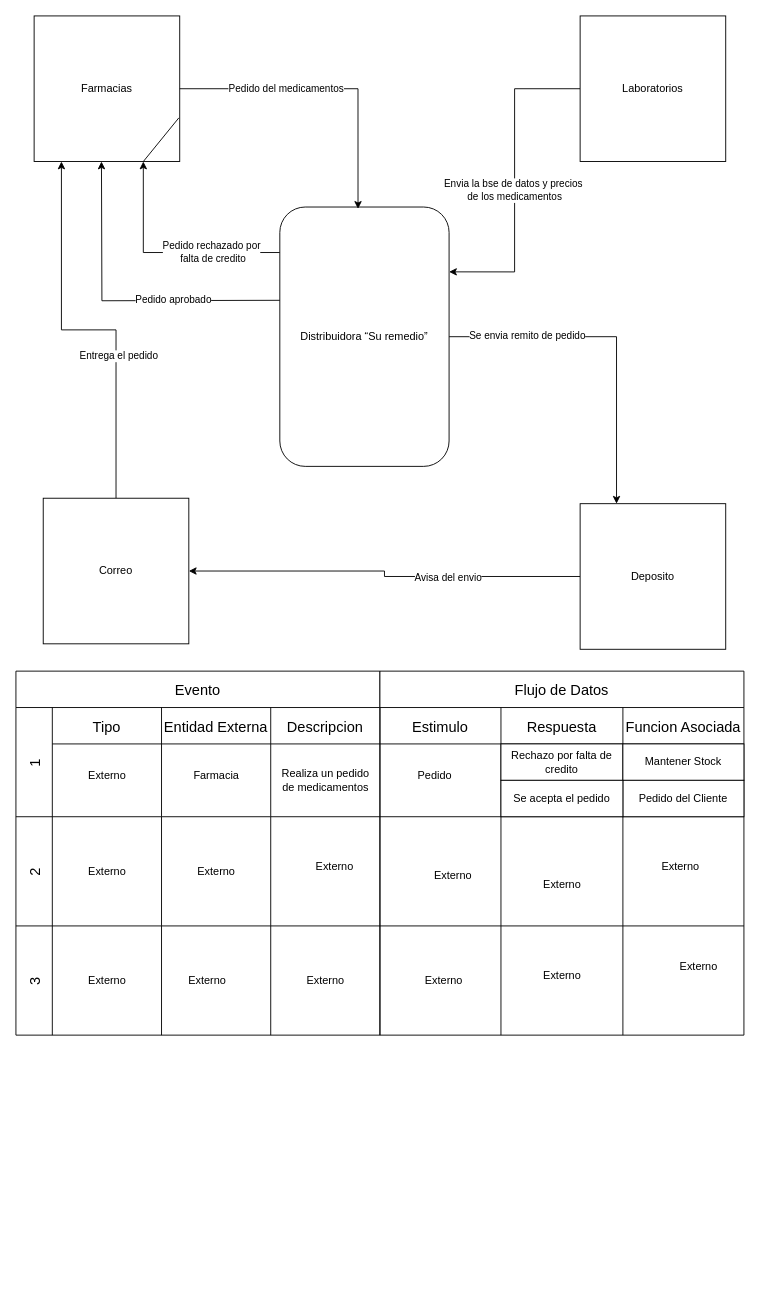
The draw.io diagram Diagrama sin título.drawio in LucasDiBs/DFD, before the edit. Source tidied: cells renumbered, new cells numbered last; positions are measured from the earlier drawing's top-left corner, leaving out a move shared by most shapes. Both pictures are drawn from the tidied source at 91%, with x=0, y=0 at pixel (15, 15).
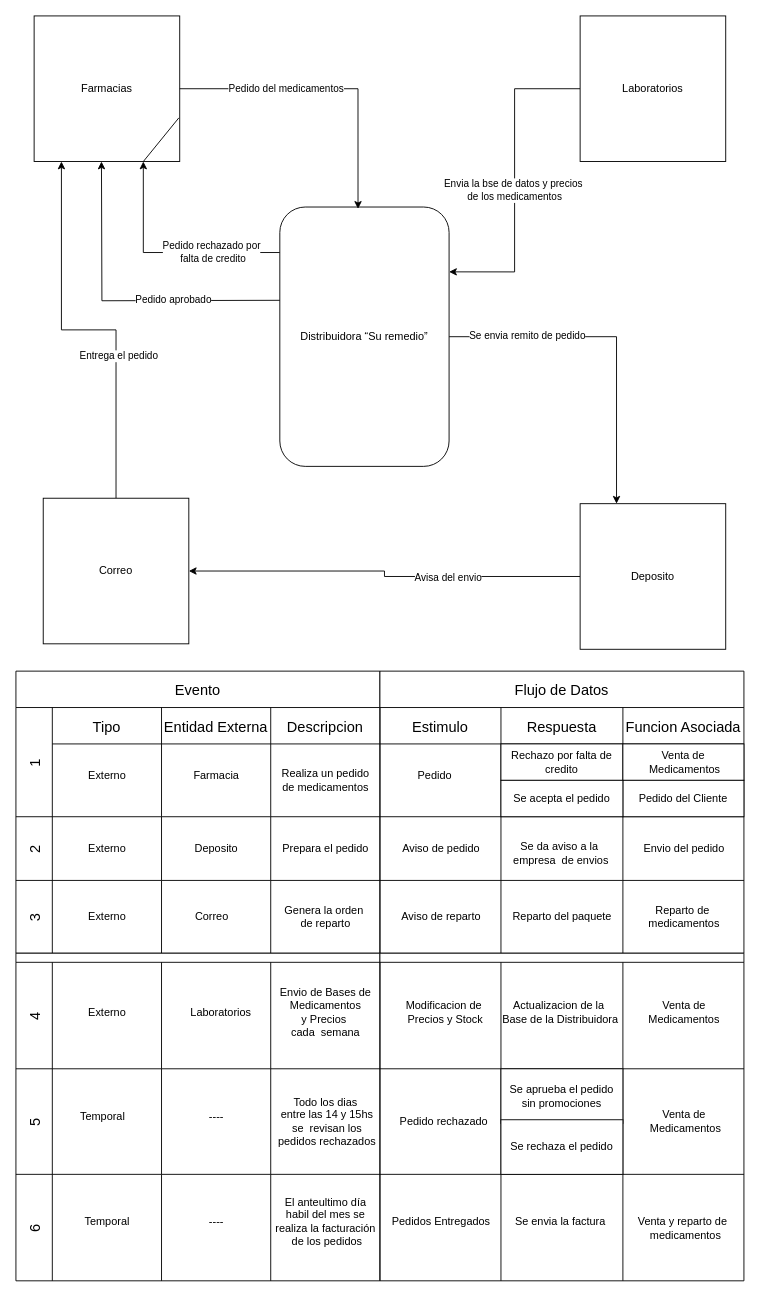
The same diagram, later.

The change refers to these unchanged cells:
```xml
<mxCell id="51" value="Funcion Asociada" style="swimlane;swimlaneHead=0;swimlaneBody=0;fontStyle=0;strokeColor=inherit;fillColor=none;startSize=40;fontSize=16;" parent="46" vertex="1">
  <mxGeometry x="267" width="133" height="120" as="geometry" />
</mxCell>
```

The edit, as a diff of the source:
```diff
@@
     <mxCell id="23" value="Evento" style="shape=table;childLayout=tableLayout;startSize=40;fontSize=16;" parent="1" vertex="1">
-      <mxGeometry y="720" width="400" height="400" as="geometry" />
+      <mxGeometry y="720" width="400" height="310" as="geometry" />
     </mxCell>
@@
     <mxCell id="31" value="2" style="shape=tableRow;horizontal=0;swimlaneHead=0;swimlaneBody=0;top=0;left=0;strokeColor=inherit;bottom=0;right=0;fontStyle=0;fillColor=none;startSize=40;fontSize=16;" parent="23" vertex="1">
-      <mxGeometry y="160" width="400" height="120" as="geometry" />
+      <mxGeometry y="160" width="400" height="70" as="geometry" />
     </mxCell>
     <mxCell id="32" style="swimlane;swimlaneHead=0;swimlaneBody=0;fontStyle=0;strokeColor=inherit;fillColor=none;startSize=0;fontSize=16;" parent="31" vertex="1">
-      <mxGeometry x="40" width="120" height="120" as="geometry" />
+      <mxGeometry x="40" width="120" height="70" as="geometry" />
     </mxCell>
     <mxCell id="33" value="Externo" style="text;html=1;align=center;verticalAlign=middle;strokeColor=none;fillColor=none;" parent="32" vertex="1">
-      <mxGeometry x="30" y="45" width="60" height="30" as="geometry" />
+      <mxGeometry x="30" y="20" width="60" height="30" as="geometry" />
     </mxCell>
     <mxCell id="34" style="swimlane;swimlaneHead=0;swimlaneBody=0;fontStyle=0;strokeColor=inherit;fillColor=none;startSize=0;fontSize=16;" parent="31" vertex="1">
-      <mxGeometry x="160" width="120" height="120" as="geometry" />
+      <mxGeometry x="160" width="120" height="70" as="geometry" />
     </mxCell>
-    <mxCell id="35" value="Externo" style="text;html=1;align=center;verticalAlign=middle;strokeColor=none;fillColor=none;" parent="34" vertex="1">
-      <mxGeometry x="30" y="45" width="60" height="30" as="geometry" />
+    <mxCell id="35" value="Deposito" style="text;html=1;align=center;verticalAlign=middle;strokeColor=none;fillColor=none;" parent="34" vertex="1">
+      <mxGeometry x="25" y="20" width="70" height="30" as="geometry" />
     </mxCell>
     <mxCell id="36" style="swimlane;swimlaneHead=0;swimlaneBody=0;fontStyle=0;strokeColor=inherit;fillColor=none;startSize=0;fontSize=16;" parent="31" vertex="1">
-      <mxGeometry x="280" width="120" height="120" as="geometry" />
+      <mxGeometry x="280" width="120" height="70" as="geometry" />
     </mxCell>
-    <mxCell id="37" value="Externo" style="text;html=1;align=center;verticalAlign=middle;strokeColor=none;fillColor=none;" parent="36" vertex="1">
-      <mxGeometry x="40" y="40" width="60" height="30" as="geometry" />
+    <mxCell id="37" value="Prepara el pedido" style="text;html=1;align=center;verticalAlign=middle;strokeColor=none;fillColor=none;" parent="36" vertex="1">
+      <mxGeometry y="20" width="120" height="30" as="geometry" />
     </mxCell>
     <mxCell id="38" value="3" style="shape=tableRow;horizontal=0;swimlaneHead=0;swimlaneBody=0;top=0;left=0;strokeColor=inherit;bottom=0;right=0;fontStyle=0;fillColor=none;startSize=40;fontSize=16;" parent="23" vertex="1">
-      <mxGeometry y="280" width="400" height="120" as="geometry" />
+      <mxGeometry y="230" width="400" height="80" as="geometry" />
     </mxCell>
     <mxCell id="39" style="swimlane;swimlaneHead=0;swimlaneBody=0;fontStyle=0;strokeColor=inherit;fillColor=none;startSize=0;fontSize=16;" parent="38" vertex="1">
-      <mxGeometry x="40" width="120" height="120" as="geometry" />
+      <mxGeometry x="40" width="120" height="80" as="geometry" />
     </mxCell>
     <mxCell id="40" value="Externo" style="text;html=1;align=center;verticalAlign=middle;strokeColor=none;fillColor=none;" parent="39" vertex="1">
-      <mxGeometry x="30" y="45" width="60" height="30" as="geometry" />
+      <mxGeometry x="30" y="25" width="60" height="30" as="geometry" />
     </mxCell>
     <mxCell id="41" style="swimlane;swimlaneHead=0;swimlaneBody=0;fontStyle=0;strokeColor=inherit;fillColor=none;startSize=0;fontSize=16;" parent="38" vertex="1">
-      <mxGeometry x="160" width="120" height="120" as="geometry" />
+      <mxGeometry x="160" width="120" height="80" as="geometry" />
     </mxCell>
-    <mxCell id="42" value="Externo" style="text;html=1;align=center;verticalAlign=middle;strokeColor=none;fillColor=none;" parent="41" vertex="1">
-      <mxGeometry x="20" y="45" width="60" height="30" as="geometry" />
+    <mxCell id="42" value="Correo" style="text;html=1;align=center;verticalAlign=middle;strokeColor=none;fillColor=none;" parent="41" vertex="1">
+      <mxGeometry x="25" y="25" width="60" height="30" as="geometry" />
     </mxCell>
     <mxCell id="43" style="swimlane;swimlaneHead=0;swimlaneBody=0;fontStyle=0;strokeColor=inherit;fillColor=none;startSize=0;fontSize=16;" parent="38" vertex="1">
-      <mxGeometry x="280" width="120" height="120" as="geometry" />
+      <mxGeometry x="280" width="120" height="80" as="geometry" />
     </mxCell>
-    <mxCell id="44" value="Externo" style="text;html=1;align=center;verticalAlign=middle;strokeColor=none;fillColor=none;" parent="43" vertex="1">
-      <mxGeometry x="30" y="45" width="60" height="30" as="geometry" />
+    <mxCell id="44" value="Genera la orden&amp;nbsp;&lt;div&gt;de reparto&lt;/div&gt;" style="text;html=1;align=center;verticalAlign=middle;strokeColor=none;fillColor=none;" parent="43" vertex="1">
+      <mxGeometry x="5" y="20" width="110" height="40" as="geometry" />
     </mxCell>
     <mxCell id="45" value="Flujo de Datos" style="shape=table;childLayout=tableLayout;startSize=40;fontSize=16;" parent="1" vertex="1">
-      <mxGeometry x="400" y="720" width="400" height="400" as="geometry" />
+      <mxGeometry x="400" y="720" width="400" height="310" as="geometry" />
     </mxCell>
@@
-    <mxCell id="52" value="Mantener Stock" style="whiteSpace=wrap;html=1;" parent="51" vertex="1">
+    <mxCell id="52" value="Venta de&lt;div&gt;&amp;nbsp;Medicamentos&lt;/div&gt;" style="whiteSpace=wrap;html=1;" parent="51" vertex="1">
       <mxGeometry y="40" width="133" height="40" as="geometry" />
     </mxCell>
@@
     <mxCell id="54" style="shape=tableRow;horizontal=0;swimlaneHead=0;swimlaneBody=0;top=0;left=0;strokeColor=inherit;bottom=0;right=0;fontStyle=0;fillColor=none;startSize=0;fontSize=16;" parent="45" vertex="1">
-      <mxGeometry y="160" width="400" height="120" as="geometry" />
+      <mxGeometry y="160" width="400" height="70" as="geometry" />
     </mxCell>
     <mxCell id="55" style="swimlane;swimlaneHead=0;swimlaneBody=0;fontStyle=0;strokeColor=inherit;fillColor=none;startSize=0;fontSize=16;" parent="54" vertex="1">
-      <mxGeometry width="133" height="120" as="geometry" />
+      <mxGeometry width="133" height="70" as="geometry" />
     </mxCell>
-    <mxCell id="56" value="Externo" style="text;html=1;align=center;verticalAlign=middle;strokeColor=none;fillColor=none;" parent="55" vertex="1">
-      <mxGeometry x="50" y="50" width="60" height="30" as="geometry" />
+    <mxCell id="56" value="Aviso de pedido" style="text;html=1;align=center;verticalAlign=middle;strokeColor=none;fillColor=none;" parent="55" vertex="1">
+      <mxGeometry x="11.5" y="20" width="110" height="30" as="geometry" />
     </mxCell>
     <mxCell id="57" style="swimlane;swimlaneHead=0;swimlaneBody=0;fontStyle=0;strokeColor=inherit;fillColor=none;startSize=0;fontSize=16;" parent="54" vertex="1">
-      <mxGeometry x="133" width="134" height="120" as="geometry" />
+      <mxGeometry x="133" width="134" height="70" as="geometry" />
     </mxCell>
-    <mxCell id="58" value="Externo" style="text;html=1;align=center;verticalAlign=middle;strokeColor=none;fillColor=none;" parent="57" vertex="1">
-      <mxGeometry x="37" y="60" width="60" height="30" as="geometry" />
+    <mxCell id="58" value="Se da aviso a la&lt;div&gt;&amp;nbsp;empresa&amp;nbsp;&lt;span style=&quot;background-color: initial;&quot;&gt;&amp;nbsp;de envios&lt;/span&gt;&lt;/div&gt;" style="text;html=1;align=center;verticalAlign=middle;strokeColor=none;fillColor=none;" parent="57" vertex="1">
+      <mxGeometry x="-1.5" y="20" width="130" height="40" as="geometry" />
     </mxCell>
     <mxCell id="59" style="swimlane;swimlaneHead=0;swimlaneBody=0;fontStyle=0;strokeColor=inherit;fillColor=none;startSize=0;fontSize=16;" parent="54" vertex="1">
-      <mxGeometry x="267" width="133" height="120" as="geometry" />
+      <mxGeometry x="267" width="133" height="70" as="geometry" />
     </mxCell>
-    <mxCell id="60" value="Externo" style="text;html=1;align=center;verticalAlign=middle;strokeColor=none;fillColor=none;" parent="59" vertex="1">
-      <mxGeometry x="33" y="40" width="60" height="30" as="geometry" />
+    <mxCell id="60" value="Envio del pedido" style="text;html=1;align=center;verticalAlign=middle;strokeColor=none;fillColor=none;" parent="59" vertex="1">
+      <mxGeometry x="11.5" y="20" width="110" height="30" as="geometry" />
     </mxCell>
     <mxCell id="61" style="shape=tableRow;horizontal=0;swimlaneHead=0;swimlaneBody=0;top=0;left=0;strokeColor=inherit;bottom=0;right=0;fontStyle=0;fillColor=none;startSize=0;fontSize=16;" parent="45" vertex="1">
-      <mxGeometry y="280" width="400" height="120" as="geometry" />
+      <mxGeometry y="230" width="400" height="80" as="geometry" />
     </mxCell>
     <mxCell id="62" style="swimlane;swimlaneHead=0;swimlaneBody=0;fontStyle=0;strokeColor=inherit;fillColor=none;startSize=0;fontSize=16;" parent="61" vertex="1">
-      <mxGeometry width="133" height="120" as="geometry" />
+      <mxGeometry width="133" height="80" as="geometry" />
     </mxCell>
-    <mxCell id="63" value="Externo" style="text;html=1;align=center;verticalAlign=middle;strokeColor=none;fillColor=none;" parent="62" vertex="1">
-      <mxGeometry x="40" y="45" width="60" height="30" as="geometry" />
+    <mxCell id="63" value="Aviso de reparto" style="text;html=1;align=center;verticalAlign=middle;strokeColor=none;fillColor=none;" parent="62" vertex="1">
+      <mxGeometry x="11.5" y="25" width="110" height="30" as="geometry" />
     </mxCell>
     <mxCell id="64" style="swimlane;swimlaneHead=0;swimlaneBody=0;fontStyle=0;strokeColor=inherit;fillColor=none;startSize=0;fontSize=16;" parent="61" vertex="1">
-      <mxGeometry x="133" width="134" height="120" as="geometry" />
+      <mxGeometry x="133" width="134" height="80" as="geometry" />
     </mxCell>
-    <mxCell id="65" value="Externo" style="text;html=1;align=center;verticalAlign=middle;strokeColor=none;fillColor=none;" parent="64" vertex="1">
-      <mxGeometry x="37" y="40" width="60" height="30" as="geometry" />
+    <mxCell id="65" value="Reparto del paquete" style="text;html=1;align=center;verticalAlign=middle;strokeColor=none;fillColor=none;" parent="64" vertex="1">
+      <mxGeometry x="2" y="25" width="130" height="30" as="geometry" />
     </mxCell>
     <mxCell id="66" style="swimlane;swimlaneHead=0;swimlaneBody=0;fontStyle=0;strokeColor=inherit;fillColor=none;startSize=0;fontSize=16;" parent="61" vertex="1">
-      <mxGeometry x="267" width="133" height="120" as="geometry" />
+      <mxGeometry x="267" width="133" height="80" as="geometry" />
     </mxCell>
-    <mxCell id="67" value="Externo" style="text;html=1;align=center;verticalAlign=middle;strokeColor=none;fillColor=none;" parent="66" vertex="1">
-      <mxGeometry x="53" y="30" width="60" height="30" as="geometry" />
+    <mxCell id="67" value="Reparto de&amp;nbsp;&lt;div&gt;medicamentos&lt;/div&gt;" style="text;html=1;align=center;verticalAlign=middle;strokeColor=none;fillColor=none;" parent="66" vertex="1">
+      <mxGeometry x="16.5" y="20" width="100" height="40" as="geometry" />
     </mxCell>
@@
+    <mxCell id="69" style="shape=table;childLayout=tableLayout;startSize=10;fontSize=16;" parent="1" vertex="1">
+      <mxGeometry y="1030" width="400" height="360" as="geometry" />
+    </mxCell>
+    <mxCell id="70" value="4" style="shape=tableRow;horizontal=0;swimlaneHead=0;swimlaneBody=0;top=0;left=0;strokeColor=inherit;bottom=0;right=0;fontStyle=0;fillColor=none;startSize=40;fontSize=16;" parent="69" vertex="1">
+      <mxGeometry y="10" width="400" height="117" as="geometry" />
+    </mxCell>
+    <mxCell id="71" style="swimlane;swimlaneHead=0;swimlaneBody=0;fontStyle=0;strokeColor=inherit;fillColor=none;startSize=0;fontSize=16;" parent="70" vertex="1">
+      <mxGeometry x="40" width="120" height="117" as="geometry" />
+    </mxCell>
+    <mxCell id="72" value="Externo" style="text;html=1;align=center;verticalAlign=middle;strokeColor=none;fillColor=none;" parent="71" vertex="1">
+      <mxGeometry x="30" y="40" width="60" height="30" as="geometry" />
+    </mxCell>
+    <mxCell id="73" style="swimlane;swimlaneHead=0;swimlaneBody=0;fontStyle=0;strokeColor=inherit;fillColor=none;startSize=0;fontSize=16;" parent="70" vertex="1">
+      <mxGeometry x="160" width="120" height="117" as="geometry" />
+    </mxCell>
+    <mxCell id="74" value="Laboratorios" style="text;html=1;align=center;verticalAlign=middle;strokeColor=none;fillColor=none;" parent="73" vertex="1">
+      <mxGeometry x="20" y="40" width="90" height="30" as="geometry" />
+    </mxCell>
+    <mxCell id="75" style="swimlane;swimlaneHead=0;swimlaneBody=0;fontStyle=0;strokeColor=inherit;fillColor=none;startSize=0;fontSize=16;" parent="70" vertex="1">
+      <mxGeometry x="280" width="120" height="117" as="geometry" />
+    </mxCell>
+    <mxCell id="76" value="Envio de Bases de&lt;div&gt;&amp;nbsp;Medicamentos&amp;nbsp;&lt;div&gt;y Precios&amp;nbsp;&lt;/div&gt;&lt;div&gt;cada&amp;nbsp; semana&lt;/div&gt;&lt;/div&gt;" style="text;html=1;align=center;verticalAlign=middle;strokeColor=none;fillColor=none;" parent="75" vertex="1">
+      <mxGeometry y="20" width="120" height="70" as="geometry" />
+    </mxCell>
+    <mxCell id="77" value="5" style="shape=tableRow;horizontal=0;swimlaneHead=0;swimlaneBody=0;top=0;left=0;strokeColor=inherit;bottom=0;right=0;fontStyle=0;fillColor=none;startSize=40;fontSize=16;" parent="69" vertex="1">
+      <mxGeometry y="127" width="400" height="116" as="geometry" />
+    </mxCell>
+    <mxCell id="78" style="swimlane;swimlaneHead=0;swimlaneBody=0;fontStyle=0;strokeColor=inherit;fillColor=none;startSize=0;fontSize=16;" parent="77" vertex="1">
+      <mxGeometry x="40" width="120" height="116" as="geometry" />
+    </mxCell>
+    <mxCell id="79" value="Temporal" style="text;html=1;align=center;verticalAlign=middle;strokeColor=none;fillColor=none;" parent="78" vertex="1">
+      <mxGeometry x="20" y="38" width="70" height="30" as="geometry" />
+    </mxCell>
+    <mxCell id="80" style="swimlane;swimlaneHead=0;swimlaneBody=0;fontStyle=0;strokeColor=inherit;fillColor=none;startSize=0;fontSize=16;" parent="77" vertex="1">
+      <mxGeometry x="160" width="120" height="116" as="geometry" />
+    </mxCell>
+    <mxCell id="81" value="----" style="text;html=1;align=center;verticalAlign=middle;strokeColor=none;fillColor=none;" parent="80" vertex="1">
+      <mxGeometry x="40" y="38" width="40" height="30" as="geometry" />
+    </mxCell>
+    <mxCell id="82" style="swimlane;swimlaneHead=0;swimlaneBody=0;fontStyle=0;strokeColor=inherit;fillColor=none;startSize=0;fontSize=16;" parent="77" vertex="1">
+      <mxGeometry x="280" width="120" height="116" as="geometry" />
+    </mxCell>
+    <mxCell id="83" value="Todo los dias&lt;div&gt;&amp;nbsp;entre las 14 y 15hs&lt;/div&gt;&lt;div&gt;&amp;nbsp;&lt;span style=&quot;background-color: initial;&quot;&gt;se&amp;nbsp;&lt;/span&gt;&lt;span style=&quot;background-color: initial;&quot;&gt;&amp;nbsp;revisan los&lt;/span&gt;&lt;/div&gt;&lt;div&gt;&lt;span style=&quot;background-color: initial;&quot;&gt;&amp;nbsp;pedidos&amp;nbsp;&lt;/span&gt;&lt;span style=&quot;background-color: initial;&quot;&gt;rechazados&lt;/span&gt;&lt;/div&gt;" style="text;html=1;align=center;verticalAlign=middle;strokeColor=none;fillColor=none;" parent="82" vertex="1">
+      <mxGeometry x="-5" y="23" width="130" height="70" as="geometry" />
+    </mxCell>
+    <mxCell id="84" value="6" style="shape=tableRow;horizontal=0;swimlaneHead=0;swimlaneBody=0;top=0;left=0;strokeColor=inherit;bottom=0;right=0;fontStyle=0;fillColor=none;startSize=40;fontSize=16;" parent="69" vertex="1">
+      <mxGeometry y="243" width="400" height="117" as="geometry" />
+    </mxCell>
+    <mxCell id="85" style="swimlane;swimlaneHead=0;swimlaneBody=0;fontStyle=0;strokeColor=inherit;fillColor=none;startSize=0;fontSize=16;" parent="84" vertex="1">
+      <mxGeometry x="40" width="120" height="117" as="geometry" />
+    </mxCell>
+    <mxCell id="86" value="Temporal" style="text;html=1;align=center;verticalAlign=middle;strokeColor=none;fillColor=none;" parent="85" vertex="1">
+      <mxGeometry x="25" y="37" width="70" height="30" as="geometry" />
+    </mxCell>
+    <mxCell id="87" style="swimlane;swimlaneHead=0;swimlaneBody=0;fontStyle=0;strokeColor=inherit;fillColor=none;startSize=0;fontSize=16;" parent="84" vertex="1">
+      <mxGeometry x="160" width="120" height="117" as="geometry" />
+    </mxCell>
+    <mxCell id="88" value="----" style="text;html=1;align=center;verticalAlign=middle;strokeColor=none;fillColor=none;" parent="87" vertex="1">
+      <mxGeometry x="40" y="37" width="40" height="30" as="geometry" />
+    </mxCell>
+    <mxCell id="89" style="swimlane;swimlaneHead=0;swimlaneBody=0;fontStyle=0;strokeColor=inherit;fillColor=none;startSize=0;fontSize=16;" parent="84" vertex="1">
+      <mxGeometry x="280" width="120" height="117" as="geometry" />
+    </mxCell>
+    <mxCell id="90" value="El anteultimo día&lt;div&gt;habil del mes se&lt;/div&gt;&lt;div&gt;realiza la facturación&lt;/div&gt;&lt;div&gt;&amp;nbsp;de los pedidos&lt;br&gt;&lt;/div&gt;" style="text;html=1;align=center;verticalAlign=middle;strokeColor=none;fillColor=none;" parent="89" vertex="1">
+      <mxGeometry x="-5" y="17" width="130" height="70" as="geometry" />
+    </mxCell>
+    <mxCell id="91" style="shape=table;childLayout=tableLayout;startSize=10;fontSize=16;" parent="1" vertex="1">
+      <mxGeometry x="400" y="1030" width="400" height="360" as="geometry" />
+    </mxCell>
+    <mxCell id="92" style="shape=tableRow;horizontal=0;swimlaneHead=0;swimlaneBody=0;top=0;left=0;strokeColor=inherit;bottom=0;right=0;fontStyle=0;fillColor=none;startSize=0;fontSize=16;" parent="91" vertex="1">
+      <mxGeometry y="10" width="400" height="117" as="geometry" />
+    </mxCell>
+    <mxCell id="93" style="swimlane;swimlaneHead=0;swimlaneBody=0;fontStyle=0;strokeColor=inherit;fillColor=none;startSize=0;fontSize=16;" parent="92" vertex="1">
+      <mxGeometry width="133" height="117" as="geometry" />
+    </mxCell>
+    <mxCell id="94" value="Modificacion de&lt;div&gt;&amp;nbsp;Precios y Stock&lt;/div&gt;" style="text;html=1;align=center;verticalAlign=middle;strokeColor=none;fillColor=none;" parent="93" vertex="1">
+      <mxGeometry x="15" y="35" width="110" height="40" as="geometry" />
+    </mxCell>
+    <mxCell id="95" style="swimlane;swimlaneHead=0;swimlaneBody=0;fontStyle=0;strokeColor=inherit;fillColor=none;startSize=0;fontSize=16;" parent="92" vertex="1">
+      <mxGeometry x="133" width="134" height="117" as="geometry" />
+    </mxCell>
+    <mxCell id="96" value="Actualizacion de la&amp;nbsp;&lt;div&gt;Base de la Distribuidora&lt;/div&gt;" style="text;html=1;align=center;verticalAlign=middle;strokeColor=none;fillColor=none;" parent="95" vertex="1">
+      <mxGeometry x="-10" y="35" width="150" height="40" as="geometry" />
+    </mxCell>
+    <mxCell id="97" style="swimlane;swimlaneHead=0;swimlaneBody=0;fontStyle=0;strokeColor=inherit;fillColor=none;startSize=0;fontSize=16;" parent="92" vertex="1">
+      <mxGeometry x="267" width="133" height="117" as="geometry" />
+    </mxCell>
+    <mxCell id="98" value="Venta de&lt;div&gt;Medicamentos&lt;/div&gt;" style="text;html=1;align=center;verticalAlign=middle;strokeColor=none;fillColor=none;" parent="97" vertex="1">
+      <mxGeometry x="16.5" y="35" width="100" height="40" as="geometry" />
+    </mxCell>
+    <mxCell id="99" style="shape=tableRow;horizontal=0;swimlaneHead=0;swimlaneBody=0;top=0;left=0;strokeColor=inherit;bottom=0;right=0;fontStyle=0;fillColor=none;startSize=0;fontSize=16;" parent="91" vertex="1">
+      <mxGeometry y="127" width="400" height="116" as="geometry" />
+    </mxCell>
+    <mxCell id="100" style="swimlane;swimlaneHead=0;swimlaneBody=0;fontStyle=0;strokeColor=inherit;fillColor=none;startSize=0;fontSize=16;" parent="99" vertex="1">
+      <mxGeometry width="133" height="116" as="geometry" />
+    </mxCell>
+    <mxCell id="101" value="Pedido rechazado" style="text;html=1;align=center;verticalAlign=middle;strokeColor=none;fillColor=none;" parent="100" vertex="1">
+      <mxGeometry x="10" y="43" width="120" height="30" as="geometry" />
+    </mxCell>
+    <mxCell id="102" style="swimlane;swimlaneHead=0;swimlaneBody=0;fontStyle=0;strokeColor=inherit;fillColor=none;startSize=0;fontSize=16;" parent="99" vertex="1">
+      <mxGeometry x="133" width="134" height="116" as="geometry" />
+    </mxCell>
+    <mxCell id="103" value="Se aprueba el pedido sin promociones" style="whiteSpace=wrap;html=1;" parent="102" vertex="1">
+      <mxGeometry width="134" height="60" as="geometry" />
+    </mxCell>
+    <mxCell id="104" value="Se rechaza el pedido" style="whiteSpace=wrap;html=1;" parent="102" vertex="1">
+      <mxGeometry y="56" width="134" height="60" as="geometry" />
+    </mxCell>
+    <mxCell id="105" style="swimlane;swimlaneHead=0;swimlaneBody=0;fontStyle=0;strokeColor=inherit;fillColor=none;startSize=0;fontSize=16;" parent="99" vertex="1">
+      <mxGeometry x="267" width="133" height="116" as="geometry" />
+    </mxCell>
+    <mxCell id="106" value="&lt;span style=&quot;text-wrap: wrap;&quot;&gt;Venta de&lt;/span&gt;&lt;div style=&quot;text-wrap: wrap;&quot;&gt;&amp;nbsp;Medicamentos&lt;/div&gt;" style="text;html=1;align=center;verticalAlign=middle;strokeColor=none;fillColor=none;" parent="105" vertex="1">
+      <mxGeometry x="16.5" y="38" width="100" height="40" as="geometry" />
+    </mxCell>
+    <mxCell id="107" style="shape=tableRow;horizontal=0;swimlaneHead=0;swimlaneBody=0;top=0;left=0;strokeColor=inherit;bottom=0;right=0;fontStyle=0;fillColor=none;startSize=0;fontSize=16;" parent="91" vertex="1">
+      <mxGeometry y="243" width="400" height="117" as="geometry" />
+    </mxCell>
+    <mxCell id="108" style="swimlane;swimlaneHead=0;swimlaneBody=0;fontStyle=0;strokeColor=inherit;fillColor=none;startSize=0;fontSize=16;" parent="107" vertex="1">
+      <mxGeometry width="133" height="117" as="geometry" />
+    </mxCell>
+    <mxCell id="109" value="Pedidos Entregados" style="text;html=1;align=center;verticalAlign=middle;strokeColor=none;fillColor=none;" parent="108" vertex="1">
+      <mxGeometry x="1.5" y="37" width="130" height="30" as="geometry" />
+    </mxCell>
+    <mxCell id="110" style="swimlane;swimlaneHead=0;swimlaneBody=0;fontStyle=0;strokeColor=inherit;fillColor=none;startSize=0;fontSize=16;" parent="107" vertex="1">
+      <mxGeometry x="133" width="134" height="117" as="geometry" />
+    </mxCell>
+    <mxCell id="111" value="Se envia la factura" style="text;html=1;align=center;verticalAlign=middle;strokeColor=none;fillColor=none;" parent="110" vertex="1">
+      <mxGeometry x="5" y="37" width="120" height="30" as="geometry" />
+    </mxCell>
+    <mxCell id="112" style="swimlane;swimlaneHead=0;swimlaneBody=0;fontStyle=0;strokeColor=inherit;fillColor=none;startSize=0;fontSize=16;" parent="107" vertex="1">
+      <mxGeometry x="267" width="133" height="117" as="geometry" />
+    </mxCell>
+    <mxCell id="113" value="Venta y reparto de&amp;nbsp;&lt;div&gt;&amp;nbsp;medicamentos&lt;/div&gt;" style="text;html=1;align=center;verticalAlign=middle;strokeColor=none;fillColor=none;" parent="112" vertex="1">
+      <mxGeometry x="6.5" y="38.5" width="120" height="40" as="geometry" />
+    </mxCell>
```
